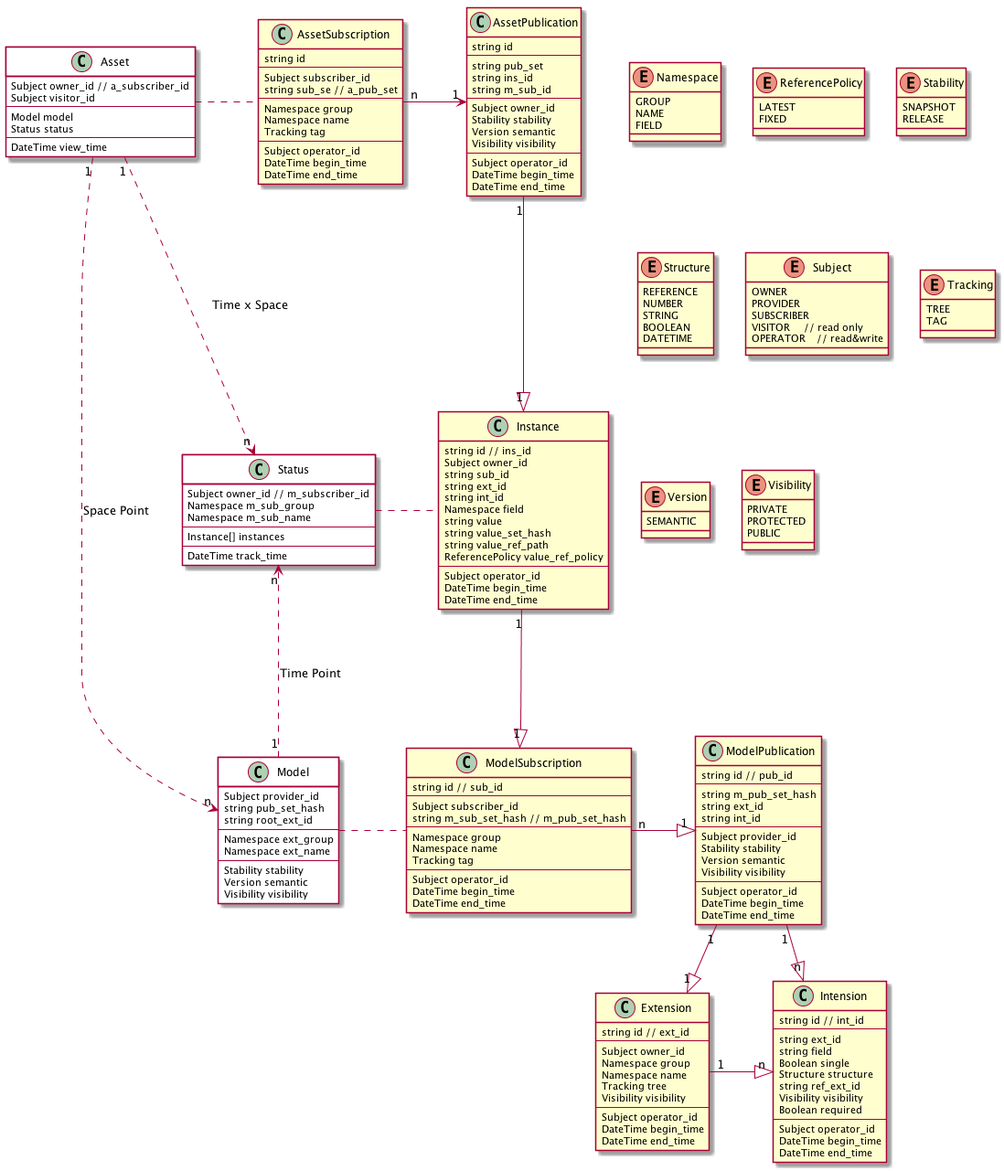
This is kiimate.png from SINeWang/kiimate, a PlantUML export, as it was before one commit.
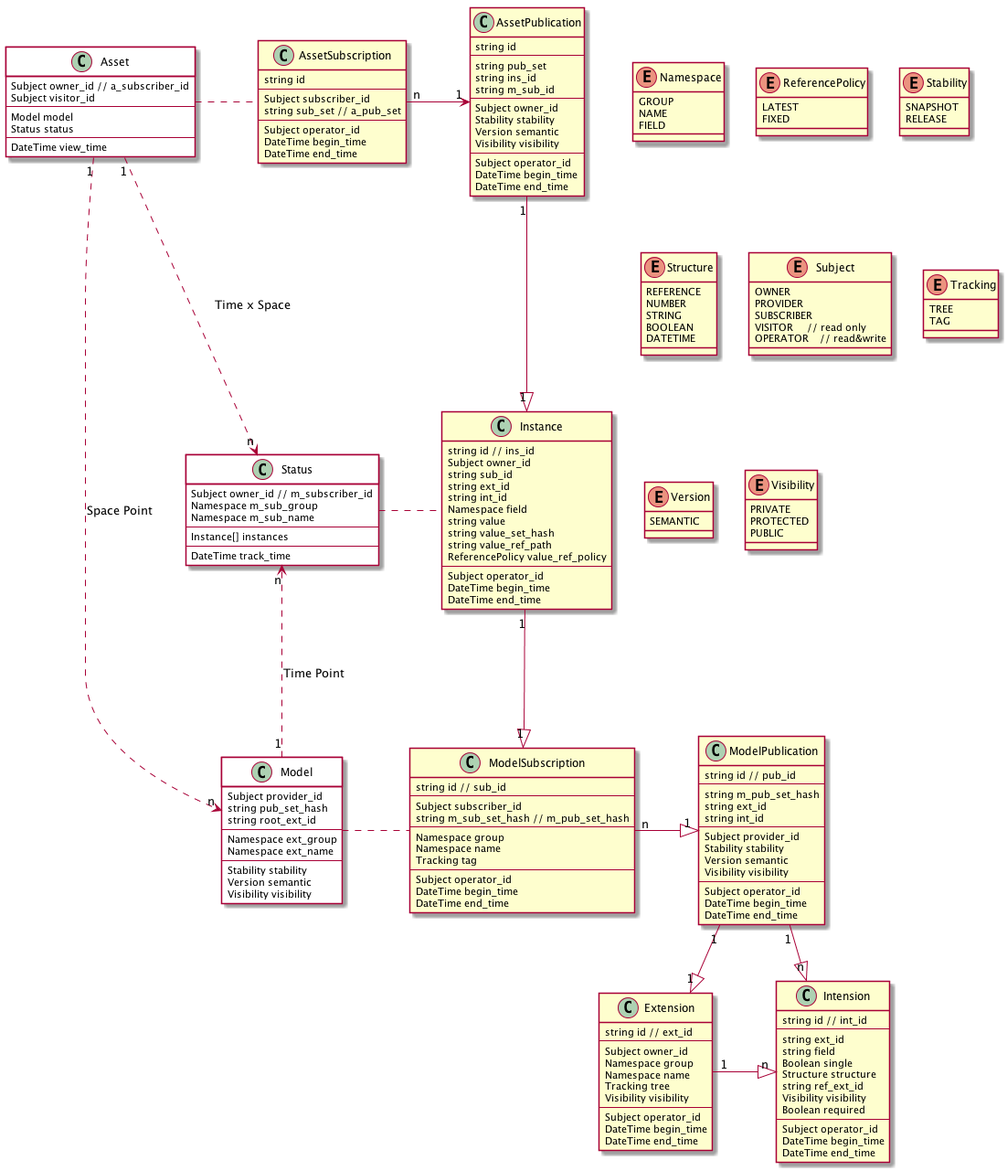
The same diagram one commit later.

Commit message:
update concept model

Diff of the diagram source:
```diff
@@ -65,11 +65,7 @@
     string id
     ---
     Subject subscriber_id
-    string sub_se // a_pub_set
-    ---
-    Namespace group
-    Namespace name
-    Tracking tag
+    string sub_set // a_pub_set
     ---
     Subject operator_id
     DateTime begin_time
```
